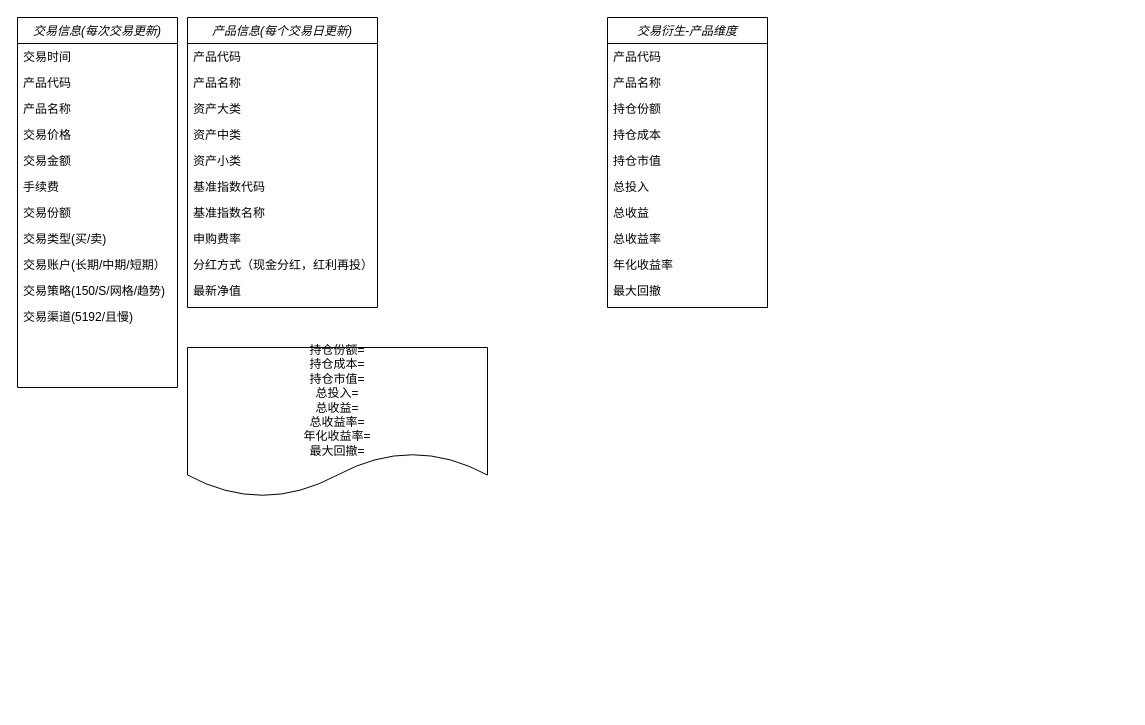
Before: 类图-marketmemo.drawio in marcowangfrm/marketmemo, a draw.io diagram. Source tidied: cells renumbered, new cells numbered last; positions are measured from the earlier drawing's top-left corner, leaving out a move shared by most shapes. Both pictures are drawn from the tidied source at 100%, with x=0, y=0 at pixel (17, 17).
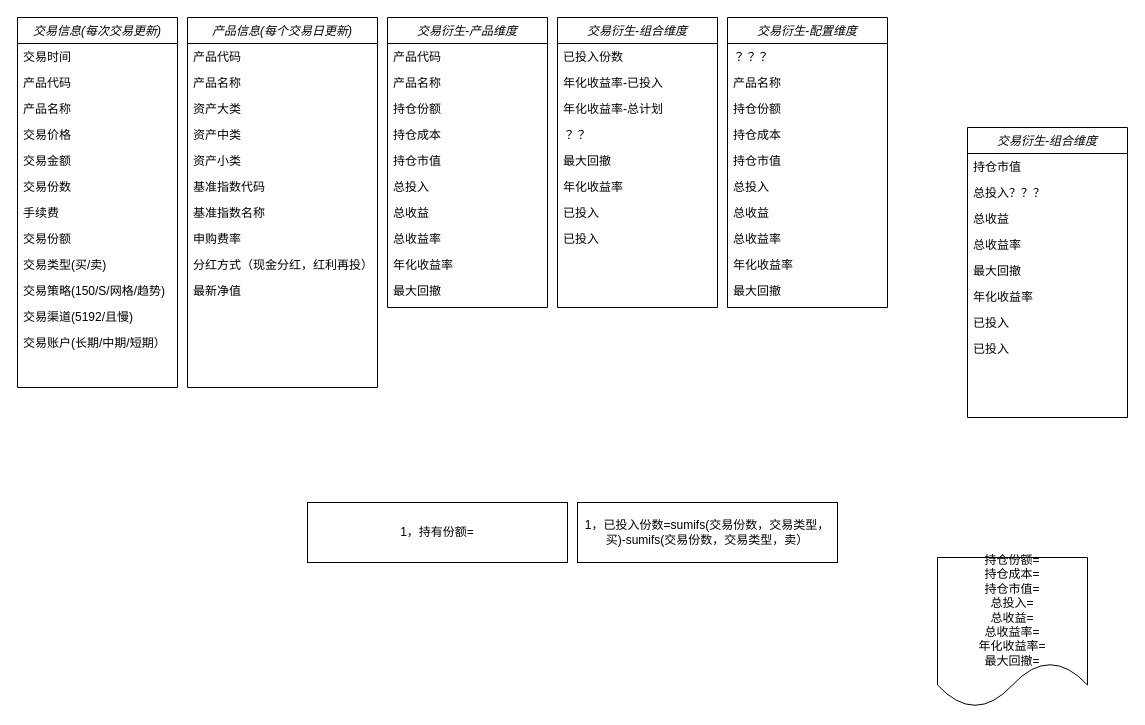
After the change.

The change refers to these unchanged cells:
```xml
<mxCell id="13" value="交易信息(每次交易更新)" style="swimlane;fontStyle=2;align=center;verticalAlign=top;horizontal=1;startSize=26;rounded=0;shadow=0;strokeWidth=1;" parent="1" vertex="1">
  <mxGeometry width="160" height="370" as="geometry" />
</mxCell>
```

Diff of the diagram source:
```diff
@@
     <mxCell id="2" value="交易衍生-产品维度" style="swimlane;fontStyle=2;align=center;verticalAlign=top;horizontal=1;startSize=26;rounded=0;shadow=0;strokeWidth=1;" parent="1" vertex="1">
-      <mxGeometry x="590" width="160" height="290" as="geometry" />
+      <mxGeometry x="370" width="160" height="290" as="geometry" />
     </mxCell>
@@
+    <mxCell id="37" value="交易份数" style="text;align=left;verticalAlign=top;spacingLeft=4;spacingRight=4;overflow=hidden;rounded=0;shadow=0;html=0;" parent="13" vertex="1">
+      <mxGeometry y="156" width="160" height="26" as="geometry" />
+    </mxCell>
     <mxCell id="19" value="手续费" style="text;align=left;verticalAlign=top;spacingLeft=4;spacingRight=4;overflow=hidden;rounded=0;shadow=0;html=0;" parent="13" vertex="1">
-      <mxGeometry y="156" width="160" height="26" as="geometry" />
+      <mxGeometry y="182" width="160" height="26" as="geometry" />
     </mxCell>
     <mxCell id="20" value="交易份额" style="text;align=left;verticalAlign=top;spacingLeft=4;spacingRight=4;overflow=hidden;rounded=0;shadow=0;html=0;" parent="13" vertex="1">
-      <mxGeometry y="182" width="160" height="26" as="geometry" />
+      <mxGeometry y="208" width="160" height="26" as="geometry" />
     </mxCell>
     <mxCell id="21" value="交易类型(买/卖)" style="text;align=left;verticalAlign=top;spacingLeft=4;spacingRight=4;overflow=hidden;rounded=0;shadow=0;html=0;" parent="13" vertex="1">
-      <mxGeometry y="208" width="160" height="26" as="geometry" />
+      <mxGeometry y="234" width="160" height="26" as="geometry" />
     </mxCell>
-    <mxCell id="22" value="交易账户(长期/中期/短期）" style="text;align=left;verticalAlign=top;spacingLeft=4;spacingRight=4;overflow=hidden;rounded=0;shadow=0;html=0;" parent="13" vertex="1">
-      <mxGeometry y="234" width="160" height="26" as="geometry" />
-    </mxCell>
@@
+    <mxCell id="22" value="交易账户(长期/中期/短期）" style="text;align=left;verticalAlign=top;spacingLeft=4;spacingRight=4;overflow=hidden;rounded=0;shadow=0;html=0;" parent="13" vertex="1">
+      <mxGeometry y="312" width="160" height="26" as="geometry" />
+    </mxCell>
     <mxCell id="25" value="产品信息(每个交易日更新)" style="swimlane;fontStyle=2;align=center;verticalAlign=top;horizontal=1;startSize=26;rounded=0;shadow=0;strokeWidth=1;" parent="1" vertex="1">
-      <mxGeometry x="170" width="190" height="290" as="geometry" />
+      <mxGeometry x="170" width="190" height="370" as="geometry" />
     </mxCell>
@@
+    <mxCell id="38" value="交易衍生-组合维度" style="swimlane;fontStyle=2;align=center;verticalAlign=top;horizontal=1;startSize=26;rounded=0;shadow=0;strokeWidth=1;" parent="1" vertex="1">
+      <mxGeometry x="540" width="160" height="290" as="geometry" />
+    </mxCell>
+    <mxCell id="39" value="已投入份数" style="text;align=left;verticalAlign=top;spacingLeft=4;spacingRight=4;overflow=hidden;rounded=0;shadow=0;html=0;" parent="38" vertex="1">
+      <mxGeometry y="26" width="160" height="26" as="geometry" />
+    </mxCell>
+    <mxCell id="40" value="年化收益率-已投入" style="text;align=left;verticalAlign=top;spacingLeft=4;spacingRight=4;overflow=hidden;rounded=0;shadow=0;html=0;" parent="38" vertex="1">
+      <mxGeometry y="52" width="160" height="26" as="geometry" />
+    </mxCell>
+    <mxCell id="41" value="年化收益率-总计划" style="text;align=left;verticalAlign=top;spacingLeft=4;spacingRight=4;overflow=hidden;rounded=0;shadow=0;html=0;" parent="38" vertex="1">
+      <mxGeometry y="78" width="160" height="26" as="geometry" />
+    </mxCell>
+    <mxCell id="42" value="？？" style="text;align=left;verticalAlign=top;spacingLeft=4;spacingRight=4;overflow=hidden;rounded=0;shadow=0;html=0;" parent="38" vertex="1">
+      <mxGeometry y="104" width="160" height="26" as="geometry" />
+    </mxCell>
+    <mxCell id="43" value="最大回撤" style="text;align=left;verticalAlign=top;spacingLeft=4;spacingRight=4;overflow=hidden;rounded=0;shadow=0;html=0;" parent="38" vertex="1">
+      <mxGeometry y="130" width="160" height="26" as="geometry" />
+    </mxCell>
+    <mxCell id="44" value="年化收益率" style="text;align=left;verticalAlign=top;spacingLeft=4;spacingRight=4;overflow=hidden;rounded=0;shadow=0;html=0;" parent="38" vertex="1">
+      <mxGeometry y="156" width="160" height="26" as="geometry" />
+    </mxCell>
+    <mxCell id="45" value="已投入" style="text;align=left;verticalAlign=top;spacingLeft=4;spacingRight=4;overflow=hidden;rounded=0;shadow=0;html=0;" parent="38" vertex="1">
+      <mxGeometry y="182" width="160" height="26" as="geometry" />
+    </mxCell>
+    <mxCell id="46" value="已投入" style="text;align=left;verticalAlign=top;spacingLeft=4;spacingRight=4;overflow=hidden;rounded=0;shadow=0;html=0;" parent="38" vertex="1">
+      <mxGeometry y="208" width="160" height="26" as="geometry" />
+    </mxCell>
+    <mxCell id="47" value="交易衍生-配置维度" style="swimlane;fontStyle=2;align=center;verticalAlign=top;horizontal=1;startSize=26;rounded=0;shadow=0;strokeWidth=1;" parent="1" vertex="1">
+      <mxGeometry x="710" width="160" height="290" as="geometry" />
+    </mxCell>
+    <mxCell id="48" value="？？？" style="text;align=left;verticalAlign=top;spacingLeft=4;spacingRight=4;overflow=hidden;" parent="47" vertex="1">
+      <mxGeometry y="26" width="160" height="26" as="geometry" />
+    </mxCell>
+    <mxCell id="49" value="产品名称" style="text;align=left;verticalAlign=top;spacingLeft=4;spacingRight=4;overflow=hidden;rounded=0;shadow=0;html=0;" parent="47" vertex="1">
+      <mxGeometry y="52" width="160" height="26" as="geometry" />
+    </mxCell>
+    <mxCell id="50" value="持仓份额" style="text;align=left;verticalAlign=top;spacingLeft=4;spacingRight=4;overflow=hidden;rounded=0;shadow=0;html=0;" parent="47" vertex="1">
+      <mxGeometry y="78" width="160" height="26" as="geometry" />
+    </mxCell>
+    <mxCell id="51" value="持仓成本" style="text;align=left;verticalAlign=top;spacingLeft=4;spacingRight=4;overflow=hidden;rounded=0;shadow=0;html=0;" parent="47" vertex="1">
+      <mxGeometry y="104" width="160" height="26" as="geometry" />
+    </mxCell>
+    <mxCell id="52" value="持仓市值" style="text;align=left;verticalAlign=top;spacingLeft=4;spacingRight=4;overflow=hidden;rounded=0;shadow=0;html=0;" parent="47" vertex="1">
+      <mxGeometry y="130" width="160" height="26" as="geometry" />
+    </mxCell>
+    <mxCell id="53" value="总投入" style="text;align=left;verticalAlign=top;spacingLeft=4;spacingRight=4;overflow=hidden;rounded=0;shadow=0;html=0;" parent="47" vertex="1">
+      <mxGeometry y="156" width="160" height="26" as="geometry" />
+    </mxCell>
+    <mxCell id="54" value="总收益" style="text;align=left;verticalAlign=top;spacingLeft=4;spacingRight=4;overflow=hidden;rounded=0;shadow=0;html=0;" parent="47" vertex="1">
+      <mxGeometry y="182" width="160" height="26" as="geometry" />
+    </mxCell>
+    <mxCell id="55" value="总收益率" style="text;align=left;verticalAlign=top;spacingLeft=4;spacingRight=4;overflow=hidden;rounded=0;shadow=0;html=0;" parent="47" vertex="1">
+      <mxGeometry y="208" width="160" height="26" as="geometry" />
+    </mxCell>
+    <mxCell id="56" value="年化收益率" style="text;align=left;verticalAlign=top;spacingLeft=4;spacingRight=4;overflow=hidden;rounded=0;shadow=0;html=0;" parent="47" vertex="1">
+      <mxGeometry y="234" width="160" height="26" as="geometry" />
+    </mxCell>
+    <mxCell id="57" value="最大回撤" style="text;align=left;verticalAlign=top;spacingLeft=4;spacingRight=4;overflow=hidden;rounded=0;shadow=0;html=0;" parent="47" vertex="1">
+      <mxGeometry y="260" width="160" height="26" as="geometry" />
+    </mxCell>
+    <mxCell id="58" value="交易衍生-组合维度" style="swimlane;fontStyle=2;align=center;verticalAlign=top;horizontal=1;startSize=26;rounded=0;shadow=0;strokeWidth=1;" parent="1" vertex="1">
+      <mxGeometry x="950" y="110" width="160" height="290" as="geometry" />
+    </mxCell>
+    <mxCell id="59" value="持仓市值" style="text;align=left;verticalAlign=top;spacingLeft=4;spacingRight=4;overflow=hidden;rounded=0;shadow=0;html=0;" parent="58" vertex="1">
+      <mxGeometry y="26" width="160" height="26" as="geometry" />
+    </mxCell>
+    <mxCell id="60" value="总投入？？？" style="text;align=left;verticalAlign=top;spacingLeft=4;spacingRight=4;overflow=hidden;rounded=0;shadow=0;html=0;" parent="58" vertex="1">
+      <mxGeometry y="52" width="160" height="26" as="geometry" />
+    </mxCell>
+    <mxCell id="61" value="总收益" style="text;align=left;verticalAlign=top;spacingLeft=4;spacingRight=4;overflow=hidden;rounded=0;shadow=0;html=0;" parent="58" vertex="1">
+      <mxGeometry y="78" width="160" height="26" as="geometry" />
+    </mxCell>
+    <mxCell id="62" value="总收益率" style="text;align=left;verticalAlign=top;spacingLeft=4;spacingRight=4;overflow=hidden;rounded=0;shadow=0;html=0;" parent="58" vertex="1">
+      <mxGeometry y="104" width="160" height="26" as="geometry" />
+    </mxCell>
+    <mxCell id="63" value="最大回撤" style="text;align=left;verticalAlign=top;spacingLeft=4;spacingRight=4;overflow=hidden;rounded=0;shadow=0;html=0;" parent="58" vertex="1">
+      <mxGeometry y="130" width="160" height="26" as="geometry" />
+    </mxCell>
+    <mxCell id="64" value="年化收益率" style="text;align=left;verticalAlign=top;spacingLeft=4;spacingRight=4;overflow=hidden;rounded=0;shadow=0;html=0;" parent="58" vertex="1">
+      <mxGeometry y="156" width="160" height="26" as="geometry" />
+    </mxCell>
+    <mxCell id="65" value="已投入" style="text;align=left;verticalAlign=top;spacingLeft=4;spacingRight=4;overflow=hidden;rounded=0;shadow=0;html=0;" parent="58" vertex="1">
+      <mxGeometry y="182" width="160" height="26" as="geometry" />
+    </mxCell>
+    <mxCell id="66" value="已投入" style="text;align=left;verticalAlign=top;spacingLeft=4;spacingRight=4;overflow=hidden;rounded=0;shadow=0;html=0;" parent="58" vertex="1">
+      <mxGeometry y="208" width="160" height="26" as="geometry" />
+    </mxCell>
     <mxCell id="36" value="持仓份额=&lt;br&gt;持仓成本=&lt;br&gt;持仓市值=&lt;br&gt;总投入=&lt;br&gt;总收益=&lt;br&gt;总收益率=&lt;br&gt;年化收益率=&lt;br&gt;最大回撤=" style="shape=document;whiteSpace=wrap;html=1;boundedLbl=1;" parent="1" vertex="1">
-      <mxGeometry x="170" y="330" width="300" height="150" as="geometry" />
+      <mxGeometry x="920" y="540" width="150" height="150" as="geometry" />
     </mxCell>
+    <mxCell id="67" value="1，已投入份数=sumifs(交易份数，交易类型，买)-sumifs(交易份数，交易类型，卖）" style="rounded=0;whiteSpace=wrap;html=1;" parent="1" vertex="1">
+      <mxGeometry x="560" y="485" width="260" height="60" as="geometry" />
+    </mxCell>
+    <mxCell id="68" value="1，持有份额=" style="rounded=0;whiteSpace=wrap;html=1;" parent="1" vertex="1">
+      <mxGeometry x="290" y="485" width="260" height="60" as="geometry" />
+    </mxCell>
```
